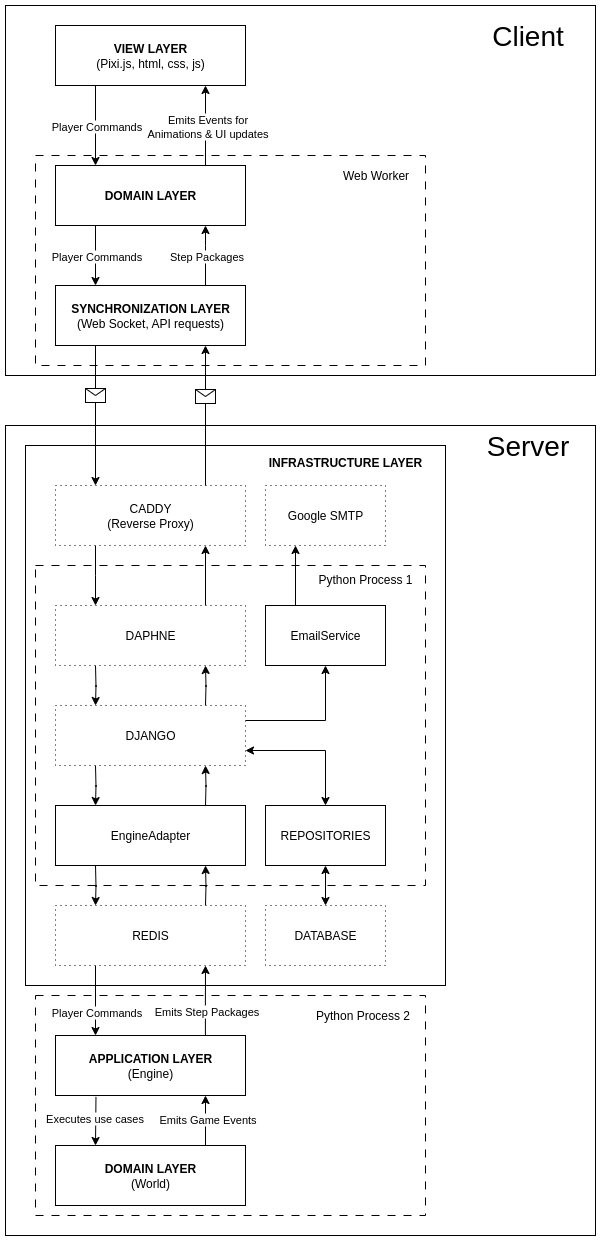
The draw.io diagram diagram.png in adevianin/bugs, before a commit. Source tidied: cells renumbered, new cells last; positions are measured from the earlier drawing's top-left corner, leaving out a move shared by most shapes.
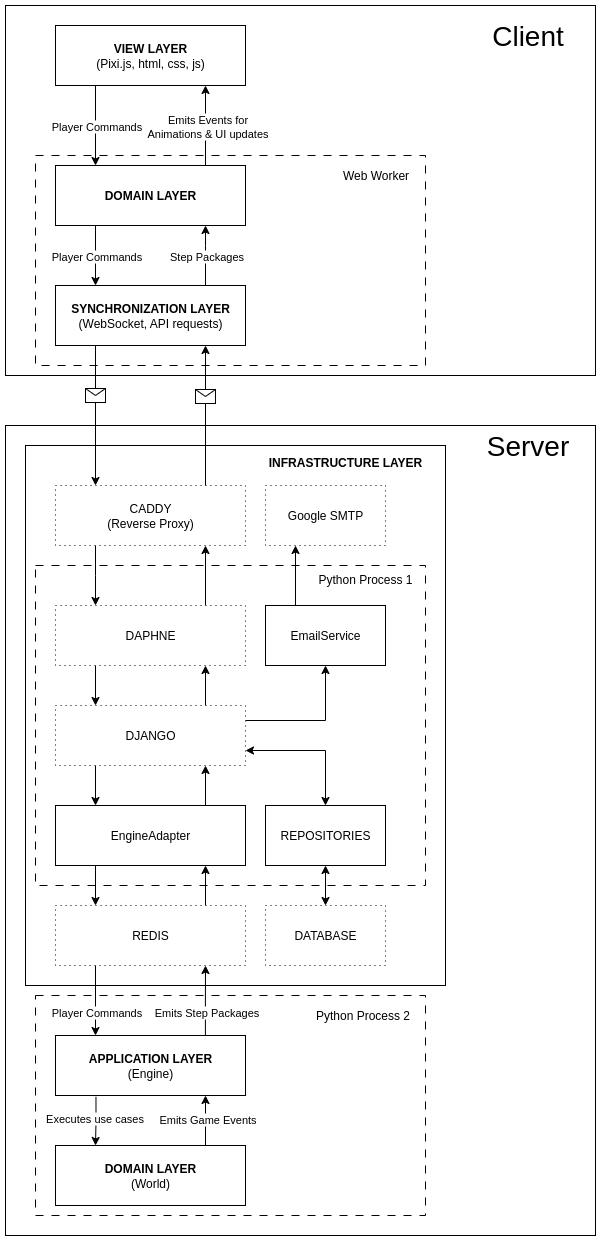
The same file after the commit.

What changed in the source:
```diff
@@ -65,7 +65,7 @@
         <mxPoint y="-1" as="offset" />
       </mxGeometry>
     </mxCell>
-    <mxCell id="15" value="&lt;b&gt;SYNCHRONIZATION LAYER&lt;/b&gt;&lt;div&gt;(Web Socket, API requests)&lt;/div&gt;" style="rounded=0;whiteSpace=wrap;html=1;" parent="1" vertex="1">
+    <mxCell id="15" value="&lt;b&gt;SYNCHRONIZATION LAYER&lt;/b&gt;&lt;div&gt;(WebSocket, API requests)&lt;/div&gt;" style="rounded=0;whiteSpace=wrap;html=1;" parent="1" vertex="1">
       <mxGeometry x="50" y="280" width="190" height="60" as="geometry" />
     </mxCell>
     <mxCell id="16" value="Server" style="text;html=1;align=center;verticalAlign=middle;whiteSpace=wrap;rounded=0;fontSize=28;" parent="1" vertex="1">
```
